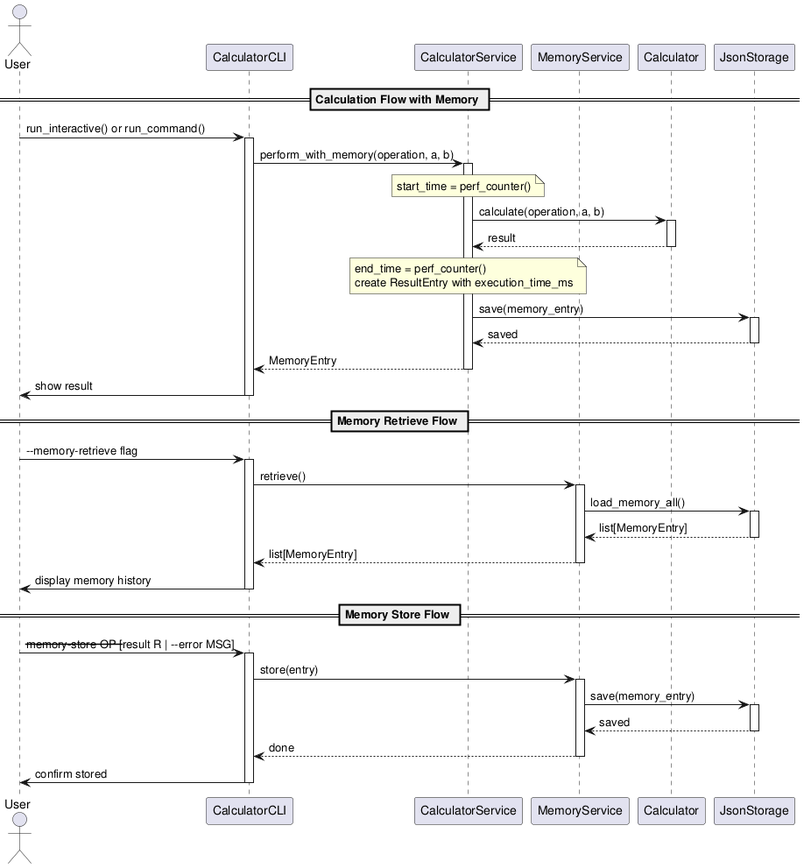
Earlier version of the PlantUML export experiments/broadcast/user_stories/calculator/artifacts/sequence_diagram.png (DanielRiha8906/Software_autoevolution_using_agents).
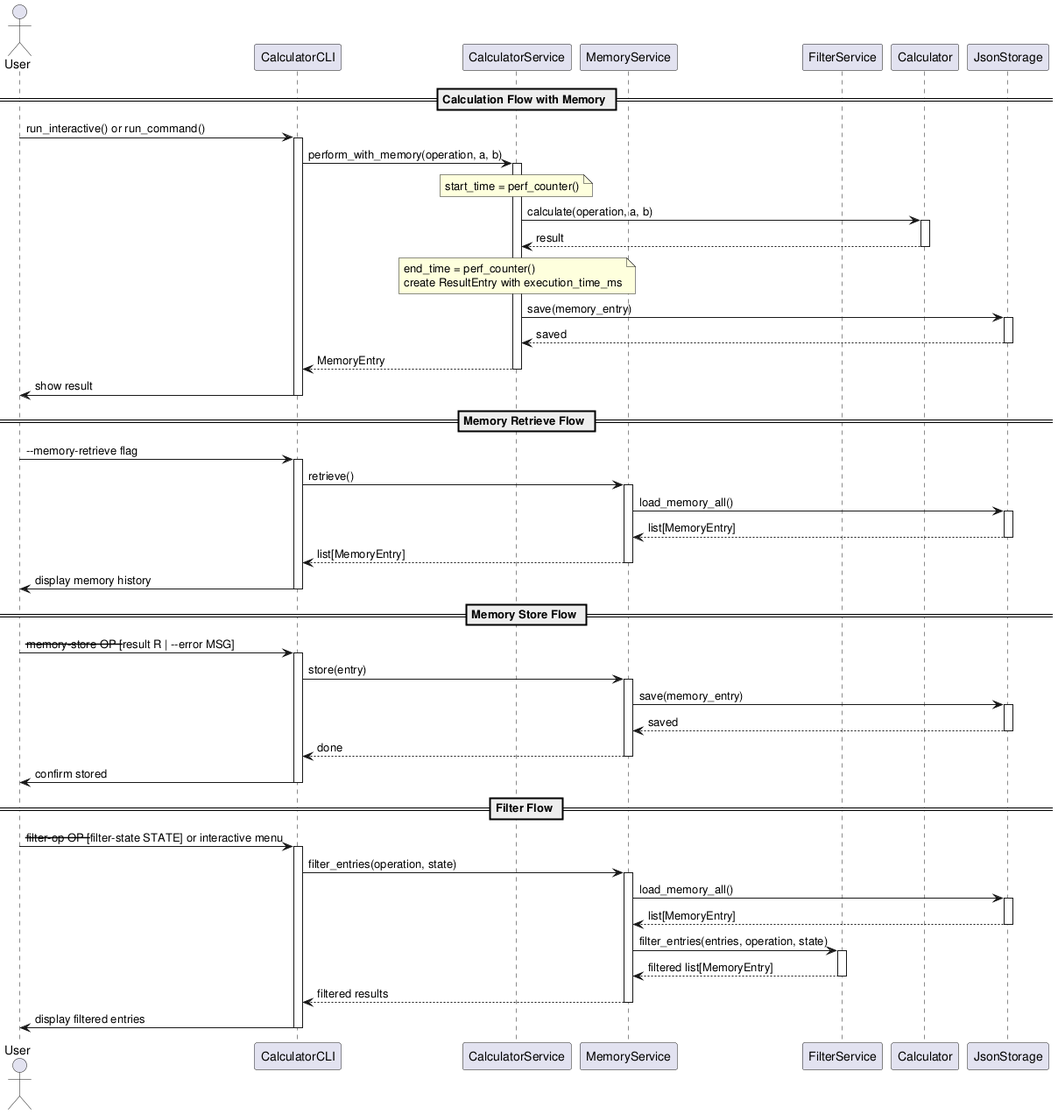
The same diagram one commit later.

The edit, as a diff of the source:
```diff
@@ -4,6 +4,7 @@
 participant CalculatorCLI
 participant CalculatorService
 participant MemoryService
+participant FilterService
 participant Calculator
 participant JsonStorage
 
@@ -70,4 +71,27 @@
 CalculatorCLI -> User: confirm stored
 deactivate CalculatorCLI
 
+== Filter Flow ==
+User -> CalculatorCLI: --filter-op OP [--filter-state STATE] or interactive menu
+activate CalculatorCLI
+
+CalculatorCLI -> MemoryService: filter_entries(operation, state)
+activate MemoryService
+
+MemoryService -> JsonStorage: load_memory_all()
+activate JsonStorage
+JsonStorage --> MemoryService: list[MemoryEntry]
+deactivate JsonStorage
+
+MemoryService -> FilterService: filter_entries(entries, operation, state)
+activate FilterService
+FilterService --> MemoryService: filtered list[MemoryEntry]
+deactivate FilterService
+
+MemoryService --> CalculatorCLI: filtered results
+deactivate MemoryService
+
+CalculatorCLI -> User: display filtered entries
+deactivate CalculatorCLI
+
 @enduml
```
